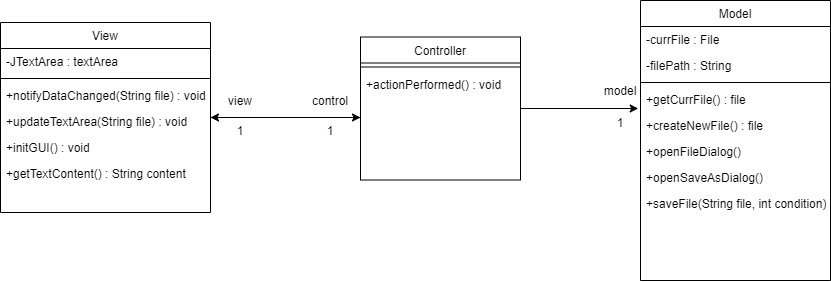
The draw.io diagram Laboration1/UML/design/classDiagram.drawio.png in Johanced/2021-isgc08-Cederhag, before a commit. Source tidied: cells renumbered, new cells last; positions are measured from the earlier drawing's top-left corner, leaving out a move shared by most shapes. Its diagram source:
```xml
<mxGraphModel>
  <root>
    <mxCell id="0" />
    <mxCell id="1" parent="0" />
    <mxCell id="2" style="edgeStyle=orthogonalEdgeStyle;rounded=0;jettySize=auto;html=1;entryX=0;entryY=0.5;entryDx=0;entryDy=0;" parent="1" edge="1" source="3">
      <mxGeometry relative="1" as="geometry">
        <mxPoint x="360" y="117" as="targetPoint" />
      </mxGeometry>
    </mxCell>
    <mxCell id="3" value="View" style="swimlane;fontStyle=0;align=center;verticalAlign=top;horizontal=1;startSize=26;rounded=0;shadow=0;strokeWidth=1;" parent="1" vertex="1">
      <mxGeometry y="22" width="210" height="190" as="geometry" />
    </mxCell>
    <mxCell id="4" value="-JTextArea : textArea" style="text;align=left;verticalAlign=top;spacingLeft=4;spacingRight=4;overflow=hidden;" parent="3" vertex="1">
      <mxGeometry y="26" width="210" height="26" as="geometry" />
    </mxCell>
    <mxCell id="5" style="line;html=1;strokeWidth=1;align=left;verticalAlign=middle;spacingTop=-1;spacingLeft=3;spacingRight=3;labelPosition=right;" parent="3" vertex="1">
      <mxGeometry y="52" width="210" height="8" as="geometry" />
    </mxCell>
    <mxCell id="6" value="+notifyDataChanged(String file) : void" style="text;align=left;verticalAlign=top;spacingLeft=4;spacingRight=4;overflow=hidden;" parent="3" vertex="1">
      <mxGeometry y="60" width="210" height="26" as="geometry" />
    </mxCell>
    <mxCell id="7" value="+updateTextArea(String file) : void" style="text;align=left;verticalAlign=top;spacingLeft=4;spacingRight=4;overflow=hidden;" parent="3" vertex="1">
      <mxGeometry y="86" width="210" height="26" as="geometry" />
    </mxCell>
    <mxCell id="8" value="+initGUI() : void" style="text;align=left;verticalAlign=top;spacingLeft=4;spacingRight=4;overflow=hidden;" parent="3" vertex="1">
      <mxGeometry y="112" width="210" height="26" as="geometry" />
    </mxCell>
    <mxCell id="9" value="+getTextContent() : String content" style="text;align=left;verticalAlign=top;spacingLeft=4;spacingRight=4;overflow=hidden;" parent="3" vertex="1">
      <mxGeometry y="138" width="210" height="26" as="geometry" />
    </mxCell>
    <mxCell id="10" value="Model" style="swimlane;fontStyle=0;align=center;verticalAlign=top;horizontal=1;startSize=26;rounded=0;shadow=0;strokeWidth=1;" parent="1" vertex="1">
      <mxGeometry x="640" width="190" height="280" as="geometry" />
    </mxCell>
    <mxCell id="11" value="-currFile : File" style="text;align=left;verticalAlign=top;spacingLeft=4;spacingRight=4;overflow=hidden;rounded=0;shadow=0;html=0;" parent="10" vertex="1">
      <mxGeometry y="26" width="190" height="26" as="geometry" />
    </mxCell>
    <mxCell id="12" value="-filePath : String" style="text;align=left;verticalAlign=top;spacingLeft=4;spacingRight=4;overflow=hidden;rounded=0;shadow=0;html=0;" parent="10" vertex="1">
      <mxGeometry y="52" width="190" height="26" as="geometry" />
    </mxCell>
    <mxCell id="13" style="line;html=1;strokeWidth=1;align=left;verticalAlign=middle;spacingTop=-1;spacingLeft=3;spacingRight=3;labelPosition=right;" parent="10" vertex="1">
      <mxGeometry y="78" width="190" height="8" as="geometry" />
    </mxCell>
    <mxCell id="14" value="+getCurrFile() : file" style="text;align=left;verticalAlign=top;spacingLeft=4;spacingRight=4;overflow=hidden;" parent="10" vertex="1">
      <mxGeometry y="86" width="190" height="26" as="geometry" />
    </mxCell>
    <mxCell id="15" value="+createNewFile() : file" style="text;align=left;verticalAlign=top;spacingLeft=4;spacingRight=4;overflow=hidden;" parent="10" vertex="1">
      <mxGeometry y="112" width="190" height="26" as="geometry" />
    </mxCell>
    <mxCell id="16" value="+openFileDialog()" style="text;align=left;verticalAlign=top;spacingLeft=4;spacingRight=4;overflow=hidden;" parent="10" vertex="1">
      <mxGeometry y="138" width="190" height="26" as="geometry" />
    </mxCell>
    <mxCell id="17" value="+openSaveAsDialog()" style="text;align=left;verticalAlign=top;spacingLeft=4;spacingRight=4;overflow=hidden;" parent="10" vertex="1">
      <mxGeometry y="164" width="190" height="26" as="geometry" />
    </mxCell>
    <mxCell id="18" value="+saveFile(String file, int condition)" style="text;align=left;verticalAlign=top;spacingLeft=4;spacingRight=4;overflow=hidden;" parent="10" vertex="1">
      <mxGeometry y="190" width="190" height="26" as="geometry" />
    </mxCell>
    <mxCell id="19" style="edgeStyle=orthogonalEdgeStyle;rounded=0;jettySize=auto;html=1;entryX=-0.012;entryY=0.154;entryDx=0;entryDy=0;entryPerimeter=0;" parent="1" edge="1" source="20">
      <mxGeometry relative="1" as="geometry">
        <mxPoint x="637.7" y="108" as="targetPoint" />
      </mxGeometry>
    </mxCell>
    <mxCell id="20" value="Controller" style="swimlane;fontStyle=0;align=center;verticalAlign=top;horizontal=1;startSize=26;rounded=0;shadow=0;strokeWidth=1;" parent="1" vertex="1">
      <mxGeometry x="360" y="36.5" width="160" height="143" as="geometry" />
    </mxCell>
    <mxCell id="21" style="line;html=1;strokeWidth=1;align=left;verticalAlign=middle;spacingTop=-1;spacingLeft=3;spacingRight=3;labelPosition=right;" parent="20" vertex="1">
      <mxGeometry y="26" width="160" height="8" as="geometry" />
    </mxCell>
    <mxCell id="22" value="+actionPerformed() : void" style="text;align=left;verticalAlign=top;spacingLeft=4;spacingRight=4;overflow=hidden;" parent="20" vertex="1">
      <mxGeometry y="34" width="160" height="26" as="geometry" />
    </mxCell>
    <mxCell id="23" style="edgeStyle=orthogonalEdgeStyle;rounded=0;jettySize=auto;html=1;exitX=0;exitY=0.5;exitDx=0;exitDy=0;entryX=1;entryY=0.5;entryDx=0;entryDy=0;" parent="1" edge="1" target="3">
      <mxGeometry relative="1" as="geometry">
        <mxPoint x="360" y="117" as="sourcePoint" />
      </mxGeometry>
    </mxCell>
    <mxCell id="24" value="view" style="text;html=1;strokeColor=none;fillColor=none;align=center;verticalAlign=middle;whiteSpace=wrap;rounded=0;" parent="1" vertex="1">
      <mxGeometry x="220" y="90" width="40" height="22" as="geometry" />
    </mxCell>
    <mxCell id="25" value="control" style="text;html=1;strokeColor=none;fillColor=none;align=center;verticalAlign=middle;whiteSpace=wrap;rounded=0;" parent="1" vertex="1">
      <mxGeometry x="310" y="90" width="40" height="22" as="geometry" />
    </mxCell>
    <mxCell id="26" value="1" style="text;html=1;strokeColor=none;fillColor=none;align=center;verticalAlign=middle;whiteSpace=wrap;rounded=0;" parent="1" vertex="1">
      <mxGeometry x="220" y="120" width="40" height="22" as="geometry" />
    </mxCell>
    <mxCell id="27" value="1" style="text;html=1;strokeColor=none;fillColor=none;align=center;verticalAlign=middle;whiteSpace=wrap;rounded=0;" parent="1" vertex="1">
      <mxGeometry x="310" y="120" width="40" height="22" as="geometry" />
    </mxCell>
    <mxCell id="28" value="model" style="text;html=1;strokeColor=none;fillColor=none;align=center;verticalAlign=middle;whiteSpace=wrap;rounded=0;" parent="1" vertex="1">
      <mxGeometry x="600" y="80" width="40" height="22" as="geometry" />
    </mxCell>
    <mxCell id="29" value="1" style="text;html=1;strokeColor=none;fillColor=none;align=center;verticalAlign=middle;whiteSpace=wrap;rounded=0;" parent="1" vertex="1">
      <mxGeometry x="600" y="112" width="40" height="22" as="geometry" />
    </mxCell>
  </root>
</mxGraphModel>
```
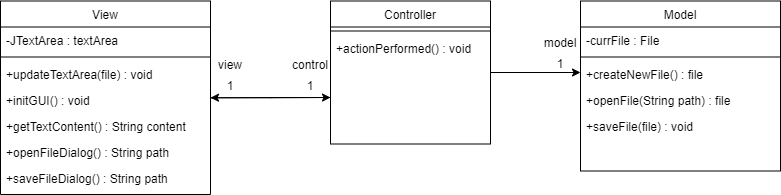
The same file after the commit.

What changed in the source:
```diff
@@ -2,13 +2,13 @@
   <root>
     <mxCell id="0" />
     <mxCell id="1" parent="0" />
-    <mxCell id="2" style="edgeStyle=orthogonalEdgeStyle;rounded=0;jettySize=auto;html=1;entryX=0;entryY=0.5;entryDx=0;entryDy=0;" parent="1" edge="1" source="3">
+    <mxCell id="2" style="edgeStyle=orthogonalEdgeStyle;rounded=0;jettySize=auto;html=1;" parent="1" edge="1" source="3">
       <mxGeometry relative="1" as="geometry">
-        <mxPoint x="360" y="117" as="targetPoint" />
+        <mxPoint x="360" y="133" as="targetPoint" />
       </mxGeometry>
     </mxCell>
     <mxCell id="3" value="View" style="swimlane;fontStyle=0;align=center;verticalAlign=top;horizontal=1;startSize=26;rounded=0;shadow=0;strokeWidth=1;" parent="1" vertex="1">
-      <mxGeometry y="22" width="210" height="190" as="geometry" />
+      <mxGeometry x="30" y="36.5" width="210" height="193.5" as="geometry" />
     </mxCell>
     <mxCell id="4" value="-JTextArea : textArea" style="text;align=left;verticalAlign=top;spacingLeft=4;spacingRight=4;overflow=hidden;" parent="3" vertex="1">
       <mxGeometry y="26" width="210" height="26" as="geometry" />
@@ -16,48 +16,42 @@
     <mxCell id="5" style="line;html=1;strokeWidth=1;align=left;verticalAlign=middle;spacingTop=-1;spacingLeft=3;spacingRight=3;labelPosition=right;" parent="3" vertex="1">
       <mxGeometry y="52" width="210" height="8" as="geometry" />
     </mxCell>
-    <mxCell id="6" value="+notifyDataChanged(String file) : void" style="text;align=left;verticalAlign=top;spacingLeft=4;spacingRight=4;overflow=hidden;" parent="3" vertex="1">
-      <mxGeometry y="60" width="210" height="26" as="geometry" />
-    </mxCell>
-    <mxCell id="7" value="+updateTextArea(String file) : void" style="text;align=left;verticalAlign=top;spacingLeft=4;spacingRight=4;overflow=hidden;" parent="3" vertex="1">
-      <mxGeometry y="86" width="210" height="26" as="geometry" />
+    <mxCell id="7" value="+updateTextArea(file) : void" style="text;align=left;verticalAlign=top;spacingLeft=4;spacingRight=4;overflow=hidden;" parent="3" vertex="1">
+      <mxGeometry y="60" width="210" height="26" as="geometry" />
     </mxCell>
     <mxCell id="8" value="+initGUI() : void" style="text;align=left;verticalAlign=top;spacingLeft=4;spacingRight=4;overflow=hidden;" parent="3" vertex="1">
-      <mxGeometry y="112" width="210" height="26" as="geometry" />
+      <mxGeometry y="86" width="210" height="26" as="geometry" />
     </mxCell>
     <mxCell id="9" value="+getTextContent() : String content" style="text;align=left;verticalAlign=top;spacingLeft=4;spacingRight=4;overflow=hidden;" parent="3" vertex="1">
-      <mxGeometry y="138" width="210" height="26" as="geometry" />
+      <mxGeometry y="112" width="210" height="26" as="geometry" />
     </mxCell>
+    <mxCell id="30" value="+openFileDialog() : String path" style="text;align=left;verticalAlign=top;spacingLeft=4;spacingRight=4;overflow=hidden;" parent="3" vertex="1">
+      <mxGeometry y="138" width="210" height="26" as="geometry" />
+    </mxCell>
+    <mxCell id="31" value="+saveFileDialog() : String path" style="text;align=left;verticalAlign=top;spacingLeft=4;spacingRight=4;overflow=hidden;" parent="3" vertex="1">
+      <mxGeometry y="164" width="210" height="26" as="geometry" />
+    </mxCell>
     <mxCell id="10" value="Model" style="swimlane;fontStyle=0;align=center;verticalAlign=top;horizontal=1;startSize=26;rounded=0;shadow=0;strokeWidth=1;" parent="1" vertex="1">
-      <mxGeometry x="640" width="190" height="280" as="geometry" />
+      <mxGeometry x="610" y="36.5" width="200" height="170" as="geometry" />
     </mxCell>
     <mxCell id="11" value="-currFile : File" style="text;align=left;verticalAlign=top;spacingLeft=4;spacingRight=4;overflow=hidden;rounded=0;shadow=0;html=0;" parent="10" vertex="1">
-      <mxGeometry y="26" width="190" height="26" as="geometry" />
+      <mxGeometry y="26" width="200" height="26" as="geometry" />
     </mxCell>
-    <mxCell id="12" value="-filePath : String" style="text;align=left;verticalAlign=top;spacingLeft=4;spacingRight=4;overflow=hidden;rounded=0;shadow=0;html=0;" parent="10" vertex="1">
-      <mxGeometry y="52" width="190" height="26" as="geometry" />
-    </mxCell>
     <mxCell id="13" style="line;html=1;strokeWidth=1;align=left;verticalAlign=middle;spacingTop=-1;spacingLeft=3;spacingRight=3;labelPosition=right;" parent="10" vertex="1">
-      <mxGeometry y="78" width="190" height="8" as="geometry" />
+      <mxGeometry y="52" width="200" height="8" as="geometry" />
     </mxCell>
-    <mxCell id="14" value="+getCurrFile() : file" style="text;align=left;verticalAlign=top;spacingLeft=4;spacingRight=4;overflow=hidden;" parent="10" vertex="1">
-      <mxGeometry y="86" width="190" height="26" as="geometry" />
-    </mxCell>
     <mxCell id="15" value="+createNewFile() : file" style="text;align=left;verticalAlign=top;spacingLeft=4;spacingRight=4;overflow=hidden;" parent="10" vertex="1">
-      <mxGeometry y="112" width="190" height="26" as="geometry" />
+      <mxGeometry y="60" width="200" height="26" as="geometry" />
     </mxCell>
-    <mxCell id="16" value="+openFileDialog()" style="text;align=left;verticalAlign=top;spacingLeft=4;spacingRight=4;overflow=hidden;" parent="10" vertex="1">
-      <mxGeometry y="138" width="190" height="26" as="geometry" />
-    </mxCell>
-    <mxCell id="17" value="+openSaveAsDialog()" style="text;align=left;verticalAlign=top;spacingLeft=4;spacingRight=4;overflow=hidden;" parent="10" vertex="1">
-      <mxGeometry y="164" width="190" height="26" as="geometry" />
-    </mxCell>
+    <mxCell id="32" value="+openFile(String path) : file" style="text;align=left;verticalAlign=top;spacingLeft=4;spacingRight=4;overflow=hidden;" parent="10" vertex="1">
+      <mxGeometry y="86" width="200" height="26" as="geometry" />
+    </mxCell>
-    <mxCell id="18" value="+saveFile(String file, int condition)" style="text;align=left;verticalAlign=top;spacingLeft=4;spacingRight=4;overflow=hidden;" parent="10" vertex="1">
-      <mxGeometry y="190" width="190" height="26" as="geometry" />
+    <mxCell id="18" value="+saveFile(file) : void" style="text;align=left;verticalAlign=top;spacingLeft=4;spacingRight=4;overflow=hidden;" parent="10" vertex="1">
+      <mxGeometry y="112" width="200" height="26" as="geometry" />
     </mxCell>
-    <mxCell id="19" style="edgeStyle=orthogonalEdgeStyle;rounded=0;jettySize=auto;html=1;entryX=-0.012;entryY=0.154;entryDx=0;entryDy=0;entryPerimeter=0;" parent="1" edge="1" source="20">
+    <mxCell id="19" style="edgeStyle=orthogonalEdgeStyle;rounded=0;jettySize=auto;html=1;" parent="1" edge="1" source="20">
       <mxGeometry relative="1" as="geometry">
-        <mxPoint x="637.7" y="108" as="targetPoint" />
+        <mxPoint x="610" y="108" as="targetPoint" />
       </mxGeometry>
     </mxCell>
     <mxCell id="20" value="Controller" style="swimlane;fontStyle=0;align=center;verticalAlign=top;horizontal=1;startSize=26;rounded=0;shadow=0;strokeWidth=1;" parent="1" vertex="1">
@@ -69,28 +63,28 @@
     <mxCell id="22" value="+actionPerformed() : void" style="text;align=left;verticalAlign=top;spacingLeft=4;spacingRight=4;overflow=hidden;" parent="20" vertex="1">
       <mxGeometry y="34" width="160" height="26" as="geometry" />
     </mxCell>
-    <mxCell id="23" style="edgeStyle=orthogonalEdgeStyle;rounded=0;jettySize=auto;html=1;exitX=0;exitY=0.5;exitDx=0;exitDy=0;entryX=1;entryY=0.5;entryDx=0;entryDy=0;" parent="1" edge="1" target="3">
+    <mxCell id="23" style="edgeStyle=orthogonalEdgeStyle;rounded=0;jettySize=auto;html=1;entryX=1;entryY=0.5;entryDx=0;entryDy=0;" parent="1" edge="1" target="3">
       <mxGeometry relative="1" as="geometry">
-        <mxPoint x="360" y="117" as="sourcePoint" />
+        <mxPoint x="360" y="133" as="sourcePoint" />
       </mxGeometry>
     </mxCell>
     <mxCell id="24" value="view" style="text;html=1;strokeColor=none;fillColor=none;align=center;verticalAlign=middle;whiteSpace=wrap;rounded=0;" parent="1" vertex="1">
-      <mxGeometry x="220" y="90" width="40" height="22" as="geometry" />
+      <mxGeometry x="240" y="90" width="40" height="22" as="geometry" />
     </mxCell>
     <mxCell id="25" value="control" style="text;html=1;strokeColor=none;fillColor=none;align=center;verticalAlign=middle;whiteSpace=wrap;rounded=0;" parent="1" vertex="1">
-      <mxGeometry x="310" y="90" width="40" height="22" as="geometry" />
+      <mxGeometry x="320" y="90" width="40" height="22" as="geometry" />
     </mxCell>
     <mxCell id="26" value="1" style="text;html=1;strokeColor=none;fillColor=none;align=center;verticalAlign=middle;whiteSpace=wrap;rounded=0;" parent="1" vertex="1">
-      <mxGeometry x="220" y="120" width="40" height="22" as="geometry" />
+      <mxGeometry x="240" y="110.5" width="40" height="22" as="geometry" />
     </mxCell>
     <mxCell id="27" value="1" style="text;html=1;strokeColor=none;fillColor=none;align=center;verticalAlign=middle;whiteSpace=wrap;rounded=0;" parent="1" vertex="1">
-      <mxGeometry x="310" y="120" width="40" height="22" as="geometry" />
+      <mxGeometry x="320" y="110.5" width="40" height="22" as="geometry" />
     </mxCell>
     <mxCell id="28" value="model" style="text;html=1;strokeColor=none;fillColor=none;align=center;verticalAlign=middle;whiteSpace=wrap;rounded=0;" parent="1" vertex="1">
-      <mxGeometry x="600" y="80" width="40" height="22" as="geometry" />
+      <mxGeometry x="570" y="68" width="40" height="22" as="geometry" />
     </mxCell>
     <mxCell id="29" value="1" style="text;html=1;strokeColor=none;fillColor=none;align=center;verticalAlign=middle;whiteSpace=wrap;rounded=0;" parent="1" vertex="1">
-      <mxGeometry x="600" y="112" width="40" height="22" as="geometry" />
+      <mxGeometry x="570" y="88.5" width="40" height="22" as="geometry" />
     </mxCell>
   </root>
 </mxGraphModel>
```
